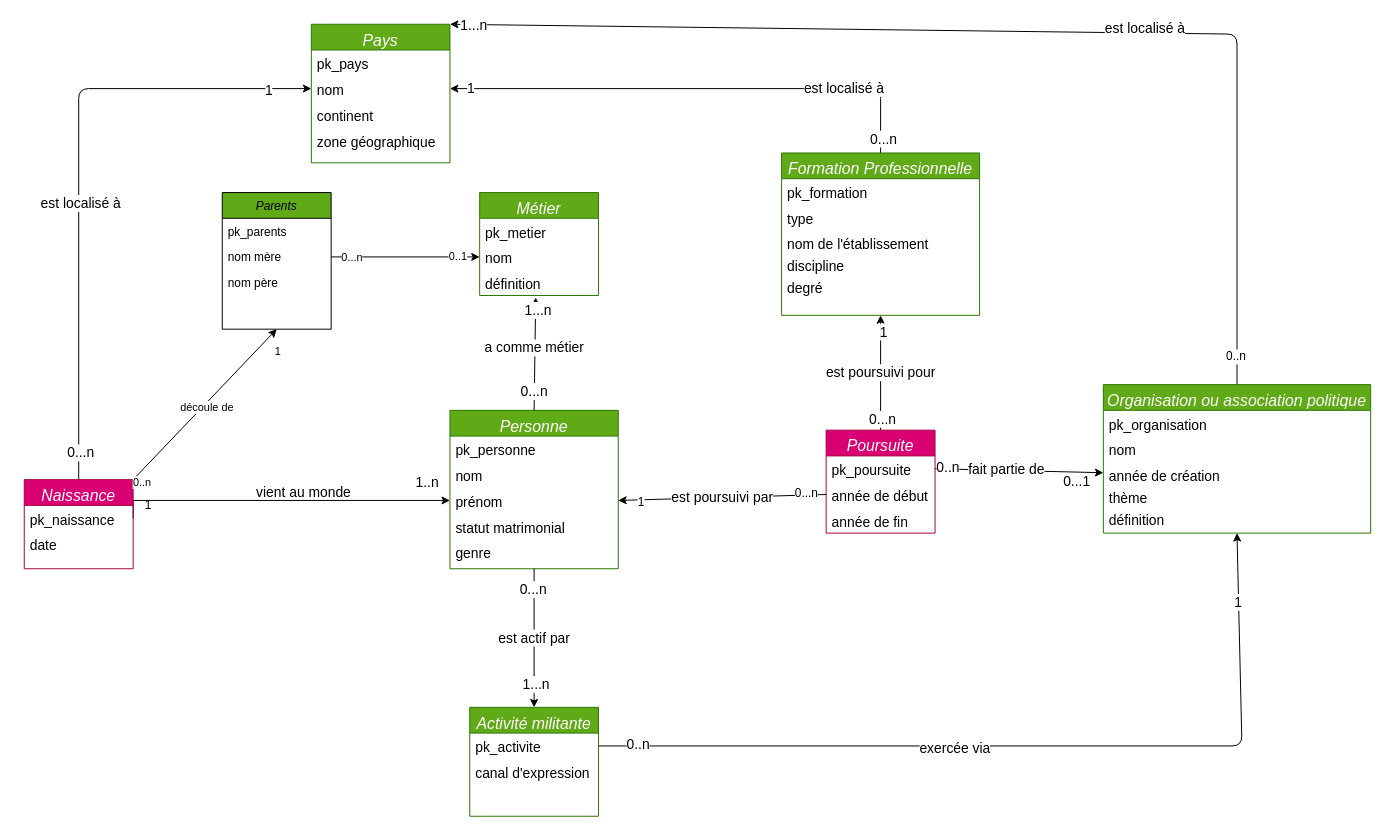
AliaBrah/militants_droit_femmes keeps this draw.io diagram as Essai_modele.drawio. Above is the earlier version. Source tidied: cells renumbered, new cells numbered last; positions are measured from the earlier drawing's top-left corner, leaving out a move shared by most shapes. Both pictures are drawn from the tidied source at 99%, with x=0, y=0 at pixel (24, 24).
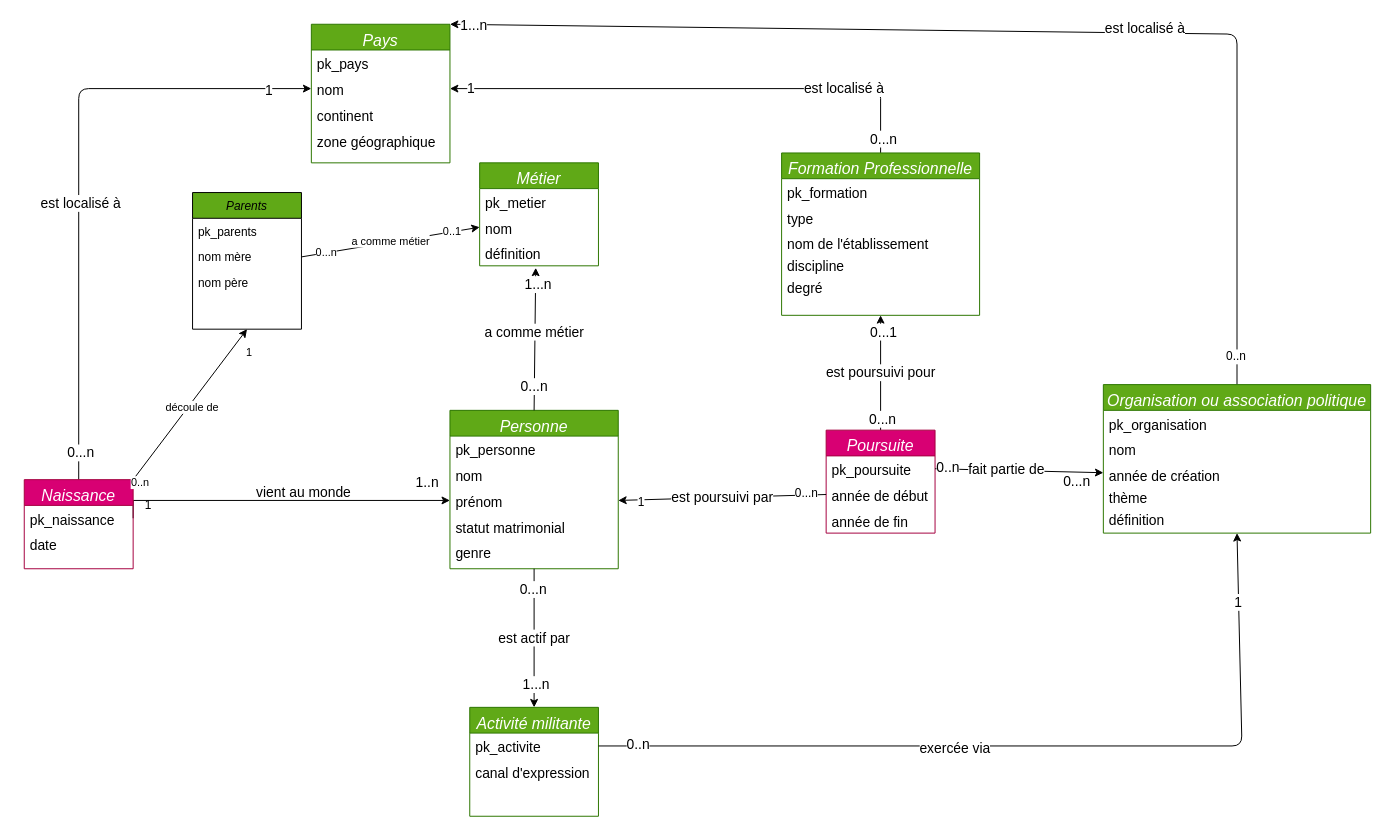
The same diagram, later.

Commit message:
relation entre parents et metier

The change refers to these unchanged cells:
```xml
<mxCell id="39" value="est poursuivi pour" style="edgeStyle=none;html=1;exitX=0.5;exitY=0;exitDx=0;exitDy=0;entryX=0.5;entryY=1;entryDx=0;entryDy=0;fontSize=14;" parent="1" edge="1" source="49" target="54">
  <mxGeometry relative="1" as="geometry" />
</mxCell>
<mxCell id="67" style="edgeStyle=none;html=1;exitX=1;exitY=0.5;exitDx=0;exitDy=0;fontSize=14;entryX=0;entryY=0.5;entryDx=0;entryDy=0;" parent="1" edge="1" source="50" target="36">
  <mxGeometry relative="1" as="geometry" />
</mxCell>
<mxCell id="87" style="edgeStyle=none;html=1;exitX=1;exitY=0.5;exitDx=0;exitDy=0;entryX=0;entryY=0.5;entryDx=0;entryDy=0;" parent="1" edge="1" source="84" target="62">
  <mxGeometry relative="1" as="geometry" />
</mxCell>
```

The edit, as a diff of the source:
```diff
@@
-    <mxCell id="41" value="1" style="edgeLabel;html=1;align=center;verticalAlign=middle;fontSize=14;" parent="39" vertex="1">
+    <mxCell id="41" value="0...1" style="edgeLabel;html=1;align=center;verticalAlign=middle;fontSize=14;" parent="39" vertex="1">
       <mxGeometry x="0.73" y="-2" relative="1" as="geometry" />
     </mxCell>
@@
     <mxCell id="60" value="Métier" style="swimlane;fontStyle=2;align=center;verticalAlign=top;horizontal=1;startSize=26;rounded=0;shadow=0;strokeWidth=1;fillColor=#60a917;fontColor=#ffffff;strokeColor=#2D7600;fontSize=16;" parent="1" vertex="1">
-      <mxGeometry x="460" y="170" width="120" height="104" as="geometry" />
+      <mxGeometry x="460" y="140" width="120" height="104" as="geometry" />
     </mxCell>
@@
-    <mxCell id="70" value="0...1" style="edgeLabel;html=1;align=center;verticalAlign=middle;fontSize=14;" parent="67" vertex="1">
+    <mxCell id="70" value="0...n" style="edgeLabel;html=1;align=center;verticalAlign=middle;fontSize=14;" parent="67" vertex="1">
       <mxGeometry x="0.76" y="-1" relative="1" as="geometry">
         <mxPoint x="-7" y="8" as="offset" />
       </mxGeometry>
     </mxCell>
@@
     <mxCell id="82" value="Parents" style="swimlane;fontStyle=2;align=center;verticalAlign=top;horizontal=1;startSize=26;rounded=0;shadow=0;strokeWidth=1;fillColor=#60A917;" parent="1" vertex="1">
-      <mxGeometry x="200" y="170" width="110" height="138" as="geometry" />
+      <mxGeometry x="170" y="170" width="110" height="138" as="geometry" />
     </mxCell>
@@
+    <mxCell id="90" value="a comme métier" style="edgeLabel;html=1;align=center;verticalAlign=middle;" parent="87" vertex="1">
+      <mxGeometry y="2" relative="1" as="geometry" />
+    </mxCell>
```
